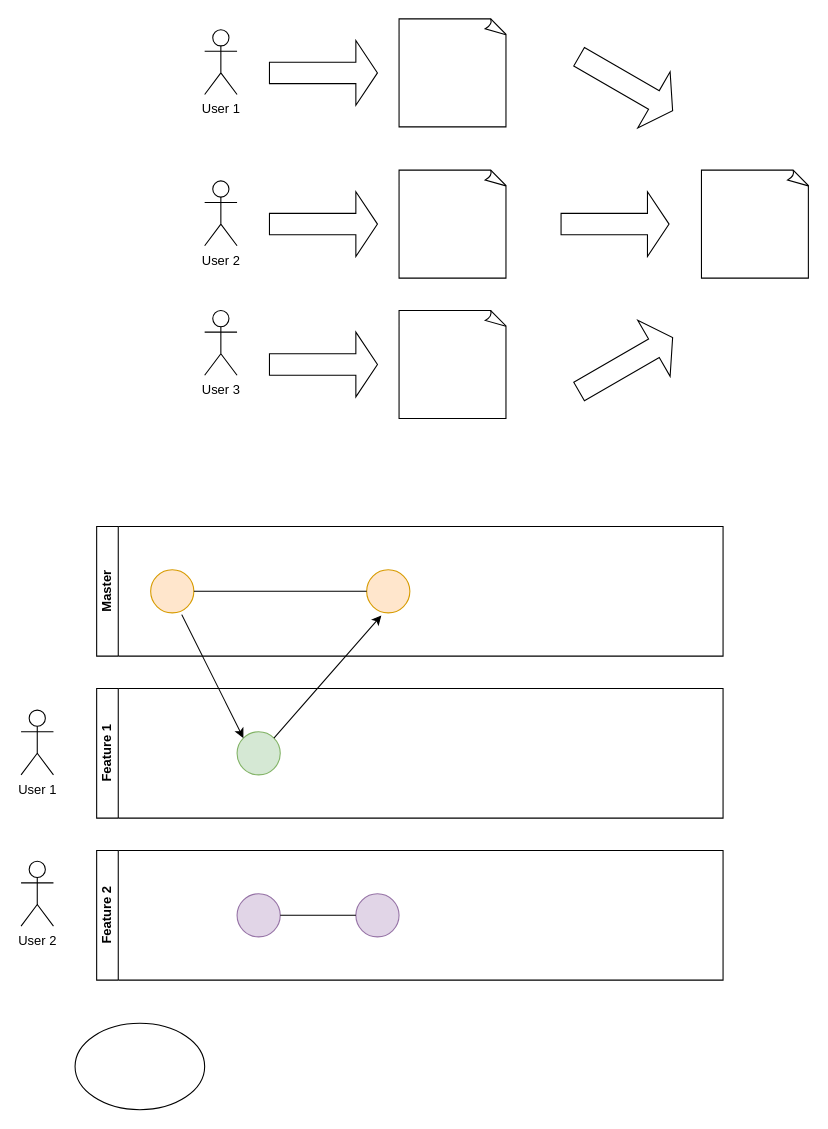
Above: Zeichnungen/Beispiel1.drawio in Sguggisberg/git_demo (draw.io), before the change. Source tidied: cells renumbered, new cells numbered last; positions are measured from the earlier drawing's top-left corner, leaving out a move shared by most shapes. Both pictures are drawn from the tidied source at 108%, with x=0, y=0 at pixel (21, 18).
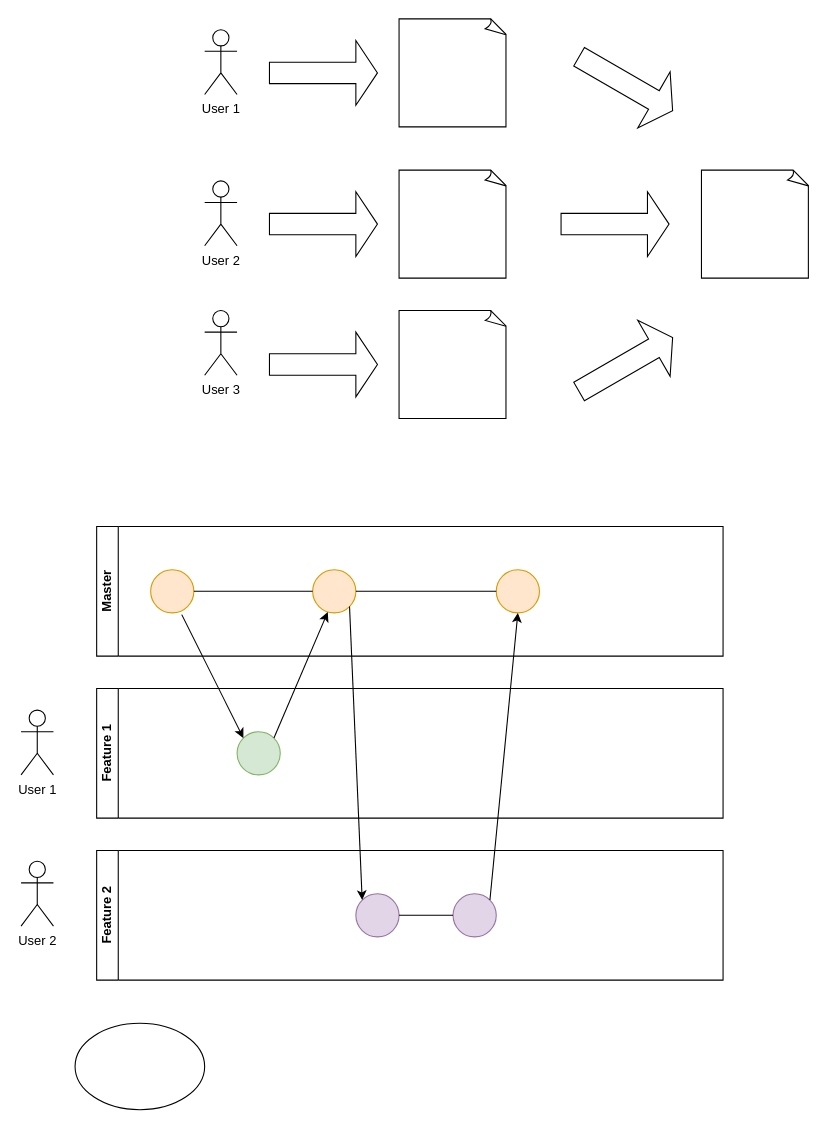
The same page after the edit.

The change refers to these unchanged cells:
```xml
<mxCell id="15" value="Master" style="swimlane;startSize=20;horizontal=0;html=1;whiteSpace=wrap;" parent="1" vertex="1">
  <mxGeometry x="70" y="470" width="580" height="120" as="geometry" />
</mxCell>
<mxCell id="16" style="ellipse;whiteSpace=wrap;html=1;fillColor=#ffe6cc;strokeColor=#d79b00;" parent="15" vertex="1">
  <mxGeometry x="50" y="40" width="40" height="40" as="geometry" />
</mxCell>
<mxCell id="20" style="ellipse;whiteSpace=wrap;html=1;fillColor=#d5e8d4;strokeColor=#82b366;" parent="19" vertex="1">
  <mxGeometry x="130" y="40" width="40" height="40" as="geometry" />
</mxCell>
<mxCell id="22" value="Feature 2" style="swimlane;startSize=20;horizontal=0;html=1;whiteSpace=wrap;" parent="1" vertex="1">
  <mxGeometry x="70" y="770" width="580" height="120" as="geometry" />
</mxCell>
```

What changed in the source:
```diff
@@
-    <mxCell id="17" style="ellipse;whiteSpace=wrap;html=1;fillColor=#ffe6cc;strokeColor=#d79b00;" parent="15" vertex="1">
-      <mxGeometry x="250" y="40" width="40" height="40" as="geometry" />
-    </mxCell>
-    <mxCell id="18" style="endArrow=none;html=1;rounded=0;exitX=1;exitY=0.5;exitDx=0;exitDy=0;entryX=0;entryY=0.5;entryDx=0;entryDy=0;" parent="15" edge="1" source="16" target="17">
-      <mxGeometry relative="1" as="geometry" />
-    </mxCell>
+    <mxCell id="30" style="ellipse;whiteSpace=wrap;html=1;fillColor=#ffe6cc;strokeColor=#d79b00;" parent="15" vertex="1">
+      <mxGeometry x="200" y="40" width="40" height="40" as="geometry" />
+    </mxCell>
+    <mxCell id="31" style="endArrow=none;html=1;rounded=0;exitX=1;exitY=0.5;exitDx=0;exitDy=0;entryX=0;entryY=0.5;entryDx=0;entryDy=0;" parent="15" edge="1" source="16" target="30">
+      <mxGeometry relative="1" as="geometry" />
+    </mxCell>
+    <mxCell id="32" style="ellipse;whiteSpace=wrap;html=1;fillColor=#ffe6cc;strokeColor=#d79b00;" parent="15" vertex="1">
+      <mxGeometry x="370" y="40" width="40" height="40" as="geometry" />
+    </mxCell>
+    <mxCell id="33" style="endArrow=none;html=1;rounded=0;exitX=1;exitY=0.5;exitDx=0;exitDy=0;entryX=0;entryY=0.5;entryDx=0;entryDy=0;" parent="15" edge="1" source="30" target="32">
+      <mxGeometry relative="1" as="geometry" />
+    </mxCell>
@@
     <mxCell id="23" style="ellipse;whiteSpace=wrap;html=1;fillColor=#e1d5e7;strokeColor=#9673a6;" parent="22" vertex="1">
-      <mxGeometry x="130" y="40" width="40" height="40" as="geometry" />
+      <mxGeometry x="240" y="40" width="40" height="40" as="geometry" />
     </mxCell>
     <mxCell id="24" style="ellipse;whiteSpace=wrap;html=1;fillColor=#e1d5e7;strokeColor=#9673a6;" parent="22" vertex="1">
-      <mxGeometry x="240" y="40" width="40" height="40" as="geometry" />
+      <mxGeometry x="330" y="40" width="40" height="40" as="geometry" />
     </mxCell>
@@
+    <mxCell id="34" style="endArrow=classic;html=1;rounded=0;entryX=0;entryY=0;entryDx=0;entryDy=0;exitX=1;exitY=1;exitDx=0;exitDy=0;" parent="1" edge="1" source="30" target="23">
+      <mxGeometry relative="1" as="geometry" />
+    </mxCell>
@@
+    <mxCell id="35" style="endArrow=classic;html=1;rounded=0;exitX=1;exitY=0;exitDx=0;exitDy=0;entryX=0.35;entryY=0.98;entryDx=0;entryDy=0;entryPerimeter=0;" parent="1" edge="1" source="20" target="30">
+      <mxGeometry relative="1" as="geometry" />
+    </mxCell>
+    <mxCell id="36" style="endArrow=classic;html=1;rounded=0;entryX=0.5;entryY=1;entryDx=0;entryDy=0;exitX=1;exitY=0;exitDx=0;exitDy=0;" parent="1" edge="1" source="24" target="32">
+      <mxGeometry relative="1" as="geometry" />
+    </mxCell>
@@
-    <mxCell id="29" style="endArrow=classic;html=1;rounded=0;exitX=1;exitY=0;exitDx=0;exitDy=0;entryX=0.34;entryY=1.06;entryDx=0;entryDy=0;entryPerimeter=0;" parent="1" edge="1" source="20" target="17">
-      <mxGeometry relative="1" as="geometry" />
-    </mxCell>
```
